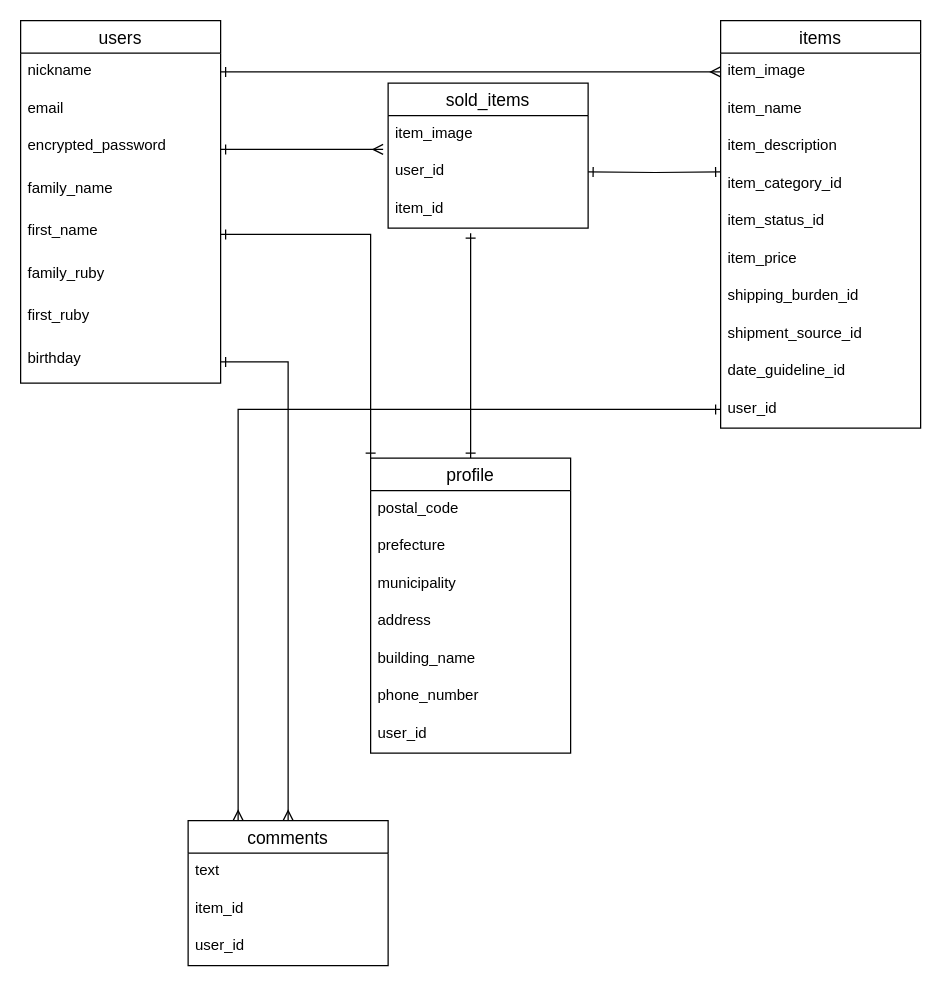
0405daichi/furima-35407 keeps this draw.io diagram as test.dio. Above is the earlier version. Source tidied: cells renumbered, new cells numbered last; positions are measured from the earlier drawing's top-left corner, leaving out a move shared by most shapes. Both pictures are drawn from the tidied source at 125%, with x=0, y=0 at pixel (20, 20).
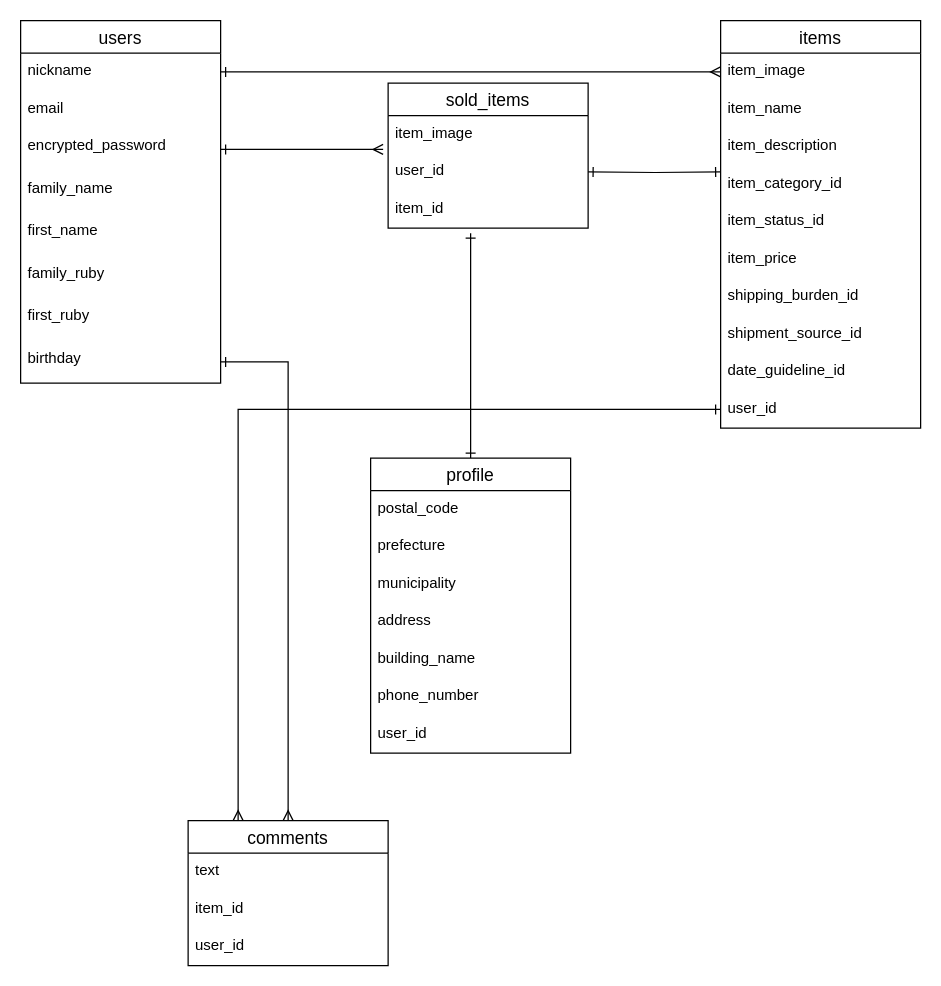
After the change.

Commit message:
データベース設計　修正6

Unchanged cells that the change refers to:
```xml
<mxCell id="7" value="first_name" style="text;strokeColor=none;fillColor=none;spacingLeft=4;spacingRight=4;overflow=hidden;points=[[0,0.5],[1,0.5]];portConstraint=eastwest;fontSize=12;" parent="2" vertex="1">
  <mxGeometry y="154" width="160" height="34" as="geometry" />
</mxCell>
<mxCell id="28" value="profile" style="swimlane;fontStyle=0;horizontal=1;startSize=26;align=center;fontSize=14;" parent="1" vertex="1">
  <mxGeometry x="280" y="350" width="160" height="236" as="geometry" />
</mxCell>
```

The edit, as a diff of the source:
```diff
@@
-    <mxCell id="42" style="edgeStyle=orthogonalEdgeStyle;rounded=0;jettySize=auto;html=1;exitX=1;exitY=0.5;exitDx=0;exitDy=0;entryX=0;entryY=0;entryDx=0;entryDy=0;startArrow=ERone;startFill=0;endArrow=ERone;endFill=0;" parent="1" edge="1" source="7" target="28">
-      <mxGeometry relative="1" as="geometry" />
-    </mxCell>
```
